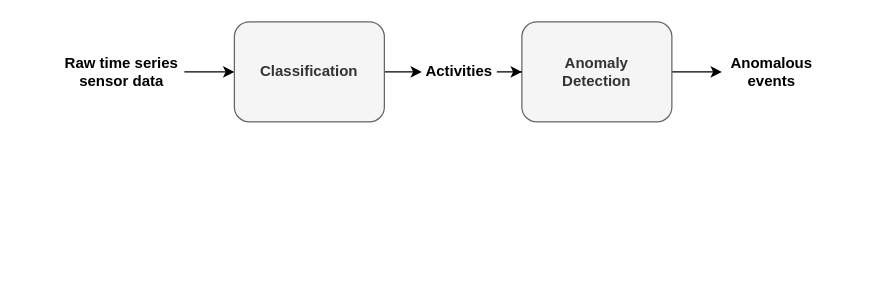
Above: Report Help/arc_anomaly.drawio in jaduplessis/DesignProject4 (draw.io), before the change. Source tidied: cells renumbered, new cells numbered last; positions are measured from the earlier drawing's top-left corner, leaving out a move shared by most shapes. Both pictures are drawn from the tidied source at 125%, with x=0, y=0 at pixel (59, 21).
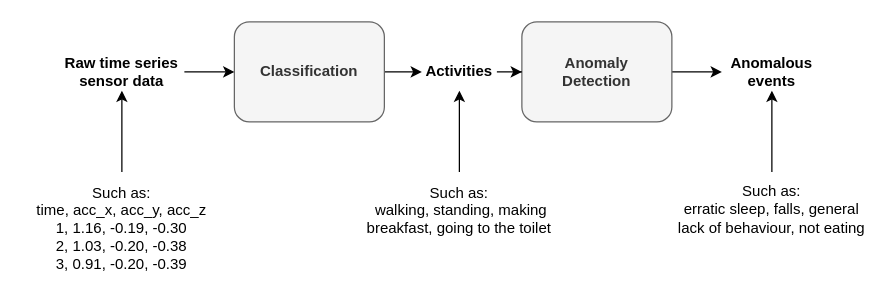
After the change.

Diff of the diagram source:
```diff
@@
 <mxGraphModel>
   <root>
     <mxCell id="0" />
     <mxCell id="1" parent="0" />
     <mxCell id="2" style="edgeStyle=orthogonalEdgeStyle;rounded=0;jettySize=auto;html=1;" parent="1" edge="1" source="3" target="9">
       <mxGeometry relative="1" as="geometry" />
     </mxCell>
     <mxCell id="3" value="Classification" style="rounded=1;whiteSpace=wrap;html=1;fillColor=#f5f5f5;strokeColor=#666666;fontStyle=1;fontColor=#333333;" parent="1" vertex="1">
       <mxGeometry x="140" width="120" height="80" as="geometry" />
     </mxCell>
     <mxCell id="4" style="edgeStyle=orthogonalEdgeStyle;rounded=0;jettySize=auto;html=1;" parent="1" edge="1" source="5" target="10">
       <mxGeometry relative="1" as="geometry" />
     </mxCell>
     <mxCell id="5" value="&lt;div&gt;Anomaly&lt;/div&gt;&lt;div&gt;Detection&lt;br&gt;&lt;/div&gt;" style="rounded=1;whiteSpace=wrap;html=1;fillColor=#f5f5f5;strokeColor=#666666;fontStyle=1;fontColor=#333333;" parent="1" vertex="1">
       <mxGeometry x="370" width="120" height="80" as="geometry" />
     </mxCell>
     <mxCell id="6" style="edgeStyle=orthogonalEdgeStyle;rounded=0;jettySize=auto;html=1;" parent="1" edge="1" source="7" target="3">
       <mxGeometry relative="1" as="geometry" />
     </mxCell>
     <mxCell id="7" value="Raw time series sensor data" style="text;html=1;strokeColor=none;fillColor=none;align=center;verticalAlign=middle;whiteSpace=wrap;rounded=0;fontStyle=1;" parent="1" vertex="1">
       <mxGeometry y="25" width="100" height="30" as="geometry" />
     </mxCell>
     <mxCell id="8" style="edgeStyle=orthogonalEdgeStyle;rounded=0;jettySize=auto;html=1;" parent="1" edge="1" source="9" target="5">
       <mxGeometry relative="1" as="geometry" />
     </mxCell>
     <mxCell id="9" value="Activities" style="text;html=1;strokeColor=none;fillColor=none;align=center;verticalAlign=middle;whiteSpace=wrap;rounded=0;fontStyle=1;" parent="1" vertex="1">
       <mxGeometry x="290" y="25" width="60" height="30" as="geometry" />
     </mxCell>
     <mxCell id="10" value="Anomalous events" style="text;html=1;strokeColor=none;fillColor=none;align=center;verticalAlign=middle;whiteSpace=wrap;rounded=0;fontStyle=1;" parent="1" vertex="1">
       <mxGeometry x="530" y="25" width="80" height="30" as="geometry" />
     </mxCell>
+    <mxCell id="11" style="edgeStyle=orthogonalEdgeStyle;rounded=0;jettySize=auto;html=1;" parent="1" edge="1" source="12" target="9">
+      <mxGeometry relative="1" as="geometry" />
+    </mxCell>
+    <mxCell id="12" value="&lt;div&gt;Such as:&lt;/div&gt;&lt;div&gt;&amp;nbsp;walking, standing, making breakfast, going to the toilet&lt;/div&gt;&lt;div&gt;&lt;br&gt;&lt;/div&gt;&lt;div&gt;&lt;br&gt;&lt;/div&gt;" style="text;html=1;strokeColor=none;fillColor=none;align=center;verticalAlign=middle;whiteSpace=wrap;rounded=0;fontStyle=0;" parent="1" vertex="1">
+      <mxGeometry x="240" y="120" width="160" height="90" as="geometry" />
+    </mxCell>
+    <mxCell id="13" style="edgeStyle=orthogonalEdgeStyle;rounded=0;jettySize=auto;html=1;" parent="1" edge="1" source="14" target="10">
+      <mxGeometry relative="1" as="geometry" />
+    </mxCell>
+    <mxCell id="14" value="&lt;div&gt;Such as:&lt;/div&gt;&lt;div&gt;erratic sleep, falls, general lack of behaviour, not eating&lt;/div&gt;" style="text;html=1;strokeColor=none;fillColor=none;align=center;verticalAlign=middle;whiteSpace=wrap;rounded=0;fontStyle=0;" parent="1" vertex="1">
+      <mxGeometry x="490" y="120" width="160" height="60" as="geometry" />
+    </mxCell>
+    <mxCell id="15" style="edgeStyle=orthogonalEdgeStyle;rounded=0;jettySize=auto;html=1;" parent="1" edge="1" source="16" target="7">
+      <mxGeometry relative="1" as="geometry" />
+    </mxCell>
+    <mxCell id="16" value="&lt;div&gt;Such as:&lt;/div&gt;&lt;div&gt;time, acc_x, acc_y, acc_z&lt;/div&gt;1, 1.16, -0.19, -0.30&lt;br&gt;2, 1.03, -0.20, -0.38&lt;br&gt;3, 0.91, -0.20, -0.39" style="text;html=1;strokeColor=none;fillColor=none;align=center;verticalAlign=middle;whiteSpace=wrap;rounded=0;fontStyle=0;" parent="1" vertex="1">
+      <mxGeometry x="-30" y="120" width="160" height="90" as="geometry" />
+    </mxCell>
   </root>
 </mxGraphModel>
```
